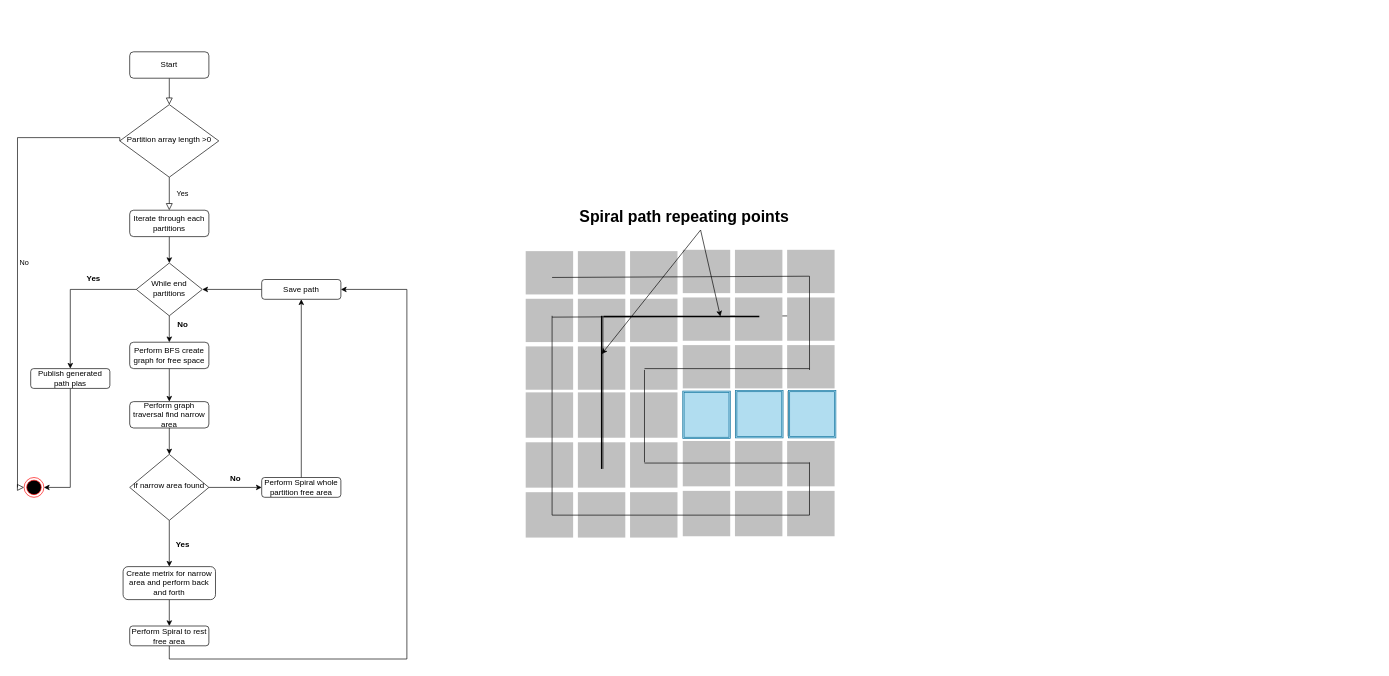
Above: page "Page-3" (3 of 5) of Path planning flow chart.drawio in RandikaVS/Edfoci-chat-server (draw.io), before the change. Source tidied: cells renumbered, new cells numbered last; positions are measured from the earlier drawing's top-left corner, leaving out a move shared by most shapes. Both pictures are drawn from the tidied source at 66%, with x=0, y=0 at pixel (17, 51). Pictures stored in the file or linked from it are replaced by grey dashed boxes.
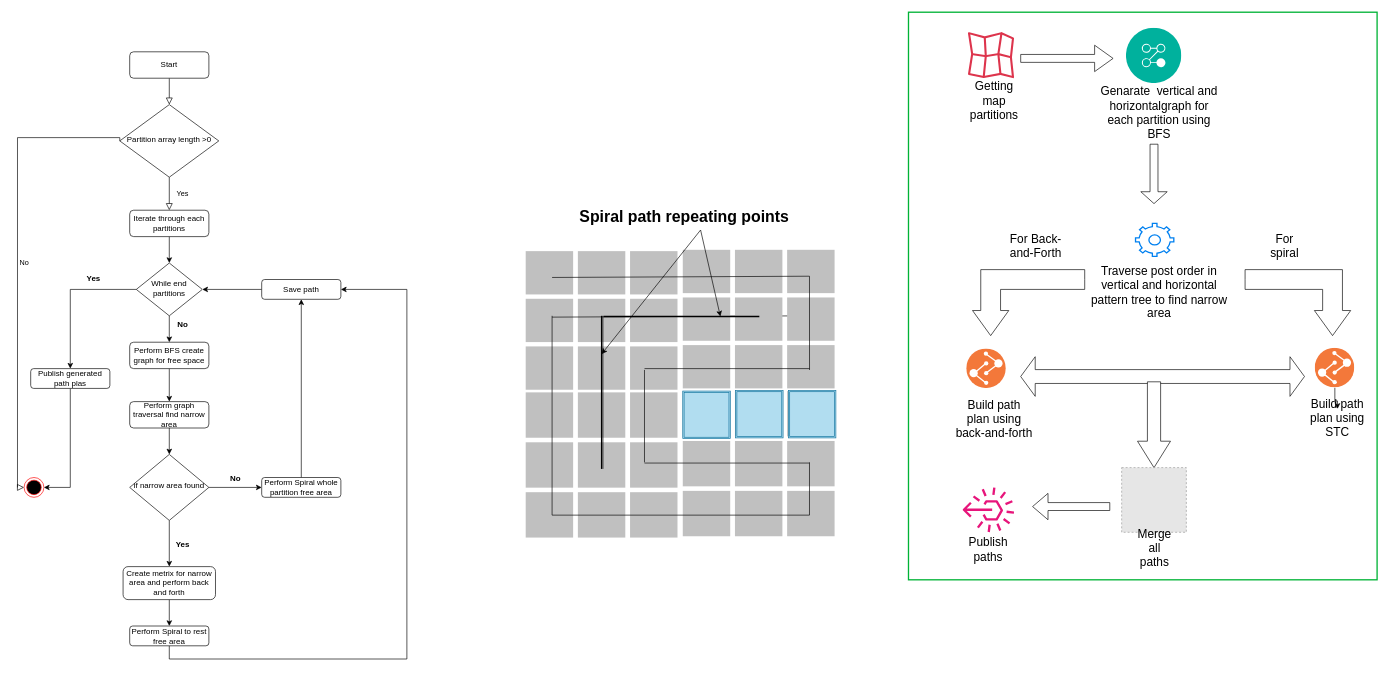
The same page after the edit.

Diff of the diagram source:
```diff
@@
+    <mxCell id="59" style="group;" parent="1" vertex="1">
+      <mxGeometry x="1410" y="-36" width="598" height="726" as="geometry" />
+    </mxCell>
+    <mxCell id="60" style="image;perimeter=ellipsePerimeter;html=1;align=center;shadow=0;dashed=0;fontColor=#4277BB;labelBackgroundColor=default;fontSize=12;spacingTop=3;image=img/lib/ibm/management/process_management.svg;" parent="59" vertex="1">
+      <mxGeometry x="270" width="84" height="84" as="geometry" />
+    </mxCell>
+    <mxCell id="61" style="group;" parent="59" vertex="1">
+      <mxGeometry y="6" width="598" height="720" as="geometry" />
+    </mxCell>
+    <mxCell id="62" style="sketch=0;fontColor=#232F3E;gradientColor=none;fillColor=#DD344C;strokeColor=none;dashed=0;verticalLabelPosition=bottom;verticalAlign=top;align=center;html=1;fontSize=12;fontStyle=0;shape=mxgraph.aws4.location_service_map;" parent="61" vertex="1">
+      <mxGeometry x="30" width="70" height="70" as="geometry" />
+    </mxCell>
+    <mxCell id="63" value="&lt;font style=&quot;font-size: 18px;&quot;&gt;Getting map partitions&lt;/font&gt;" style="text;html=1;align=center;verticalAlign=middle;whiteSpace=wrap;rounded=0;" parent="61" vertex="1">
+      <mxGeometry x="40" y="90" width="60" height="30" as="geometry" />
+    </mxCell>
+    <mxCell id="64" value="&lt;span style=&quot;font-size: 18px;&quot;&gt;Genarate&amp;nbsp; vertical and horizontalgraph for each partition using BFS&lt;/span&gt;" style="text;html=1;align=center;verticalAlign=middle;whiteSpace=wrap;rounded=0;" parent="61" vertex="1">
+      <mxGeometry x="230" y="108" width="180" height="30" as="geometry" />
+    </mxCell>
+    <mxCell id="65" style="shape=singleArrow;direction=south;whiteSpace=wrap;html=1;" parent="61" vertex="1">
+      <mxGeometry x="292" y="170" width="40" height="90" as="geometry" />
+    </mxCell>
+    <mxCell id="66" style="shape=singleArrow;whiteSpace=wrap;html=1;" parent="61" vertex="1">
+      <mxGeometry x="110" y="20" width="140" height="40" as="geometry" />
+    </mxCell>
+    <mxCell id="67" style="html=1;verticalLabelPosition=bottom;align=center;labelBackgroundColor=#ffffff;verticalAlign=top;strokeWidth=2;strokeColor=#0080F0;shadow=0;dashed=0;shape=mxgraph.ios7.icons.settings;" parent="61" vertex="1">
+      <mxGeometry x="284" y="290" width="58" height="50" as="geometry" />
+    </mxCell>
+    <mxCell id="68" value="&lt;span style=&quot;font-size: 18px;&quot;&gt;Traverse post order in vertical and horizontal pattern tree to find narrow area&lt;/span&gt;" style="text;html=1;align=center;verticalAlign=middle;whiteSpace=wrap;rounded=0;" parent="61" vertex="1">
+      <mxGeometry x="205.2" y="380" width="229.5" height="30" as="geometry" />
+    </mxCell>
+    <mxCell id="69" style="html=1;shadow=0;dashed=0;align=center;verticalAlign=middle;shape=mxgraph.arrows2.bendArrow;dy=15;dx=38;notch=0;arrowHead=55;rounded=0;direction=south;" parent="61" vertex="1">
+      <mxGeometry x="450" y="360" width="160" height="100" as="geometry" />
+    </mxCell>
+    <mxCell id="70" value="&lt;span style=&quot;font-size: 18px;&quot;&gt;For spiral&lt;/span&gt;" style="text;html=1;align=center;verticalAlign=middle;whiteSpace=wrap;rounded=0;" parent="61" vertex="1">
+      <mxGeometry x="480" y="310" width="60" height="30" as="geometry" />
+    </mxCell>
+    <mxCell id="71" style="html=1;shadow=0;dashed=0;align=center;verticalAlign=middle;shape=mxgraph.arrows2.bendArrow;dy=15;dx=38;notch=0;arrowHead=55;rounded=0;flipH=1;direction=south;" parent="61" vertex="1">
+      <mxGeometry x="37" y="360" width="170" height="100" as="geometry" />
+    </mxCell>
+    <mxCell id="72" value="&lt;span style=&quot;font-size: 18px;&quot;&gt;For Back-and-Forth&lt;/span&gt;" style="text;html=1;align=center;verticalAlign=middle;whiteSpace=wrap;rounded=0;" parent="61" vertex="1">
+      <mxGeometry x="78" y="310" width="110" height="30" as="geometry" />
+    </mxCell>
+    <mxCell id="73" style="group;" parent="61" vertex="1">
+      <mxGeometry x="46" y="430" width="132" height="122" as="geometry" />
+    </mxCell>
+    <mxCell id="74" style="group;" parent="73" vertex="1">
+      <mxGeometry x="12" width="120" height="122" as="geometry" />
+    </mxCell>
+    <mxCell id="75" style="image;perimeter=ellipsePerimeter;html=1;align=center;shadow=0;dashed=0;fontColor=#4277BB;labelBackgroundColor=default;fontSize=12;spacingTop=3;image=img/lib/ibm/devops/build_test.svg;" parent="74" vertex="1">
+      <mxGeometry x="-30" y="50" width="60" height="60" as="geometry" />
+    </mxCell>
+    <mxCell id="76" value="&lt;span style=&quot;font-size: 18px;&quot;&gt;Build path plan using back-and-forth&lt;/span&gt;" style="text;html=1;align=center;verticalAlign=middle;whiteSpace=wrap;rounded=0;" parent="74" vertex="1">
+      <mxGeometry x="-48" y="142" width="120" height="30" as="geometry" />
+    </mxCell>
+    <mxCell id="77" style="html=1;shadow=0;dashed=0;align=center;verticalAlign=middle;shape=mxgraph.arrows2.twoWayArrow;dy=0.65;dx=22;" parent="61" vertex="1">
+      <mxGeometry x="110" y="492" width="430" height="60" as="geometry" />
+    </mxCell>
+    <mxCell id="78" style="html=1;shadow=0;dashed=0;align=center;verticalAlign=middle;shape=mxgraph.arrows2.arrow;dy=0.6;dx=40;direction=south;notch=0;" parent="61" vertex="1">
+      <mxGeometry x="287" y="530" width="50" height="130" as="geometry" />
+    </mxCell>
+    <mxCell id="79" style="fillColor=#E6E6E6;strokeColor=#999999;dashed=1;html=1;verticalAlign=top;verticalLabelPosition=bottom;labelBackgroundColor=#ffffff;" parent="61" vertex="1">
+      <mxGeometry x="263" y="660" width="98" height="98" as="geometry" />
+    </mxCell>
+    <mxCell id="80" style="edgeStyle=orthogonalEdgeStyle;rounded=0;jettySize=auto;html=1;" parent="61" edge="1" source="81" target="82">
+      <mxGeometry relative="1" as="geometry" />
+    </mxCell>
+    <mxCell id="81" style="image;perimeter=ellipsePerimeter;html=1;align=center;shadow=0;dashed=0;fontColor=#4277BB;labelBackgroundColor=default;fontSize=12;spacingTop=3;image=img/lib/ibm/devops/build_test.svg;" parent="61" vertex="1">
+      <mxGeometry x="556" y="479" width="60" height="60" as="geometry" />
+    </mxCell>
+    <mxCell id="82" value="&lt;span style=&quot;font-size: 18px;&quot;&gt;Build path plan using STC&lt;/span&gt;" style="text;html=1;align=center;verticalAlign=middle;whiteSpace=wrap;rounded=0;" parent="61" vertex="1">
+      <mxGeometry x="540" y="571" width="100" height="30" as="geometry" />
+    </mxCell>
+    <mxCell id="83" style="rounded=0;whiteSpace=wrap;html=1;fillColor=none;strokeColor=#00B336;strokeWidth=2;" parent="1" vertex="1">
+      <mxGeometry x="1350" y="-60" width="710" height="860" as="geometry" />
+    </mxCell>
+    <mxCell id="84" style="shape=singleArrow;whiteSpace=wrap;html=1;flipH=1;" parent="1" vertex="1">
+      <mxGeometry x="1538" y="669" width="117" height="40" as="geometry" />
+    </mxCell>
+    <mxCell id="85" style="sketch=0;fontColor=#232F3E;gradientColor=none;fillColor=#E7157B;strokeColor=none;dashed=0;verticalLabelPosition=bottom;verticalAlign=top;align=center;html=1;fontSize=12;fontStyle=0;shape=mxgraph.aws4.rule_3;flipH=1;" parent="1" vertex="1">
+      <mxGeometry x="1432" y="660" width="78" height="68" as="geometry" />
+    </mxCell>
+    <mxCell id="86" value="&lt;span style=&quot;font-size: 18px;&quot;&gt;Publish paths&lt;/span&gt;" style="text;html=1;align=center;verticalAlign=middle;whiteSpace=wrap;rounded=0;" parent="1" vertex="1">
+      <mxGeometry x="1441" y="740" width="60" height="30" as="geometry" />
+    </mxCell>
+    <mxCell id="87" value="&lt;span style=&quot;font-size: 18px;&quot;&gt;Merge all paths&lt;/span&gt;" style="text;html=1;align=center;verticalAlign=middle;whiteSpace=wrap;rounded=0;" parent="1" vertex="1">
+      <mxGeometry x="1693" y="738" width="60" height="30" as="geometry" />
+    </mxCell>
```
